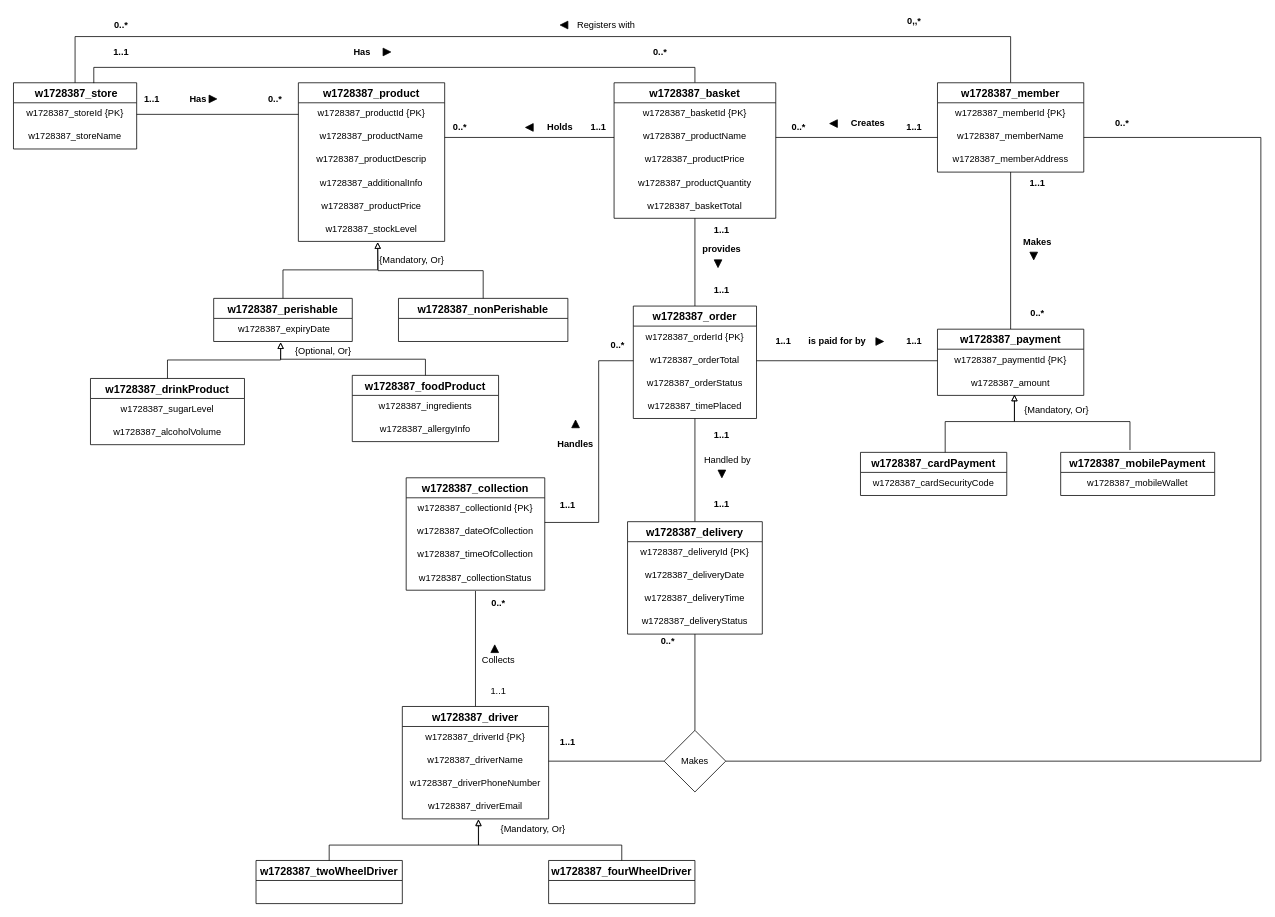
rezaul-khan/foodtooyoo-db keeps this draw.io diagram as page "Page-2" (1 of 2) of Untitled Diagram.drawio. Above is the earlier version. Source tidied: cells renumbered, new cells numbered last; positions are measured from the earlier drawing's top-left corner, leaving out a move shared by most shapes. Both pictures are drawn from the tidied source at 77%, with x=0, y=0 at pixel (13, 13).
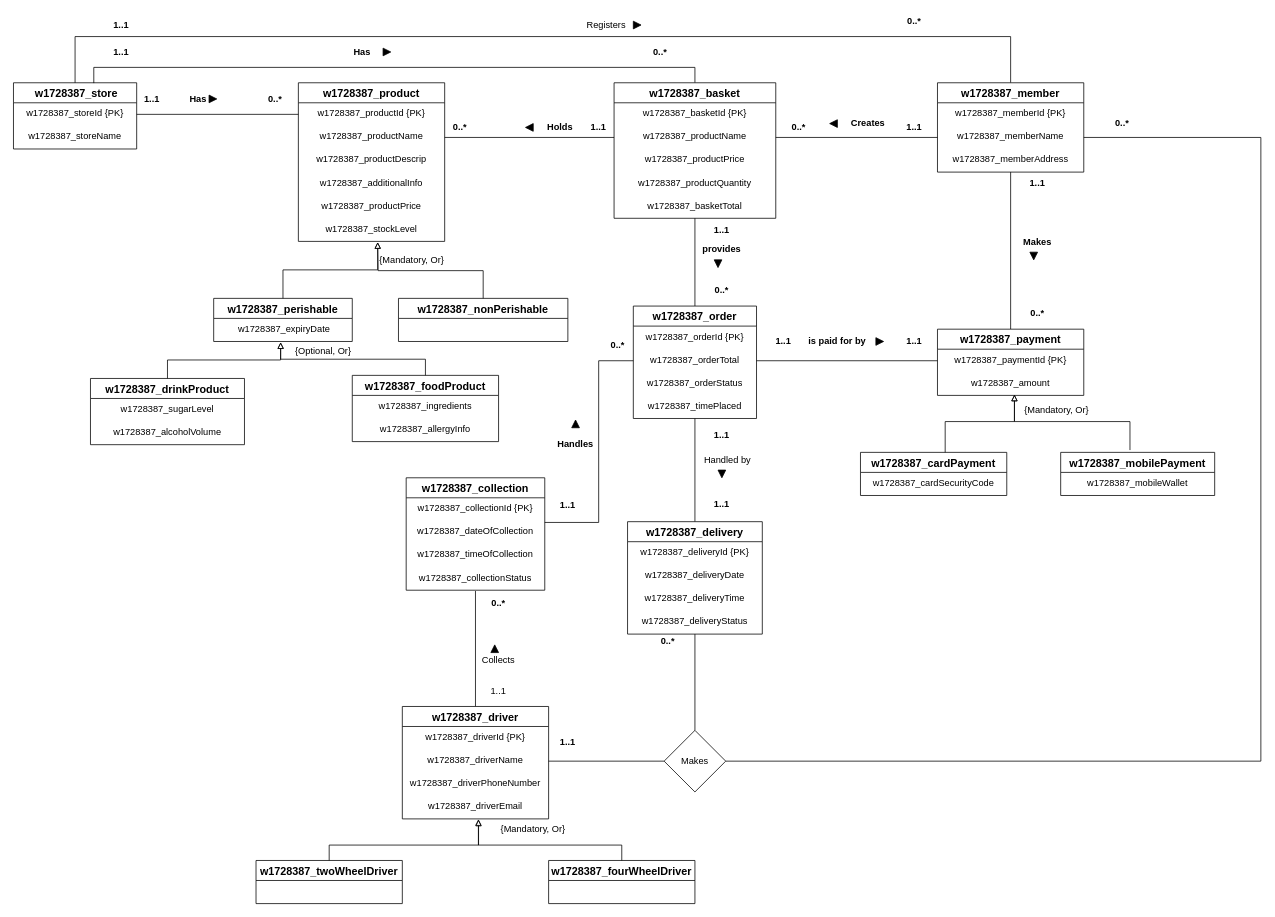
After the change.

Commit message:
changed the store member relationship of the conceptual erd

Change to the diagram source:
```diff
@@
-    <mxCell id="51" value="&lt;b&gt;1..1&lt;/b&gt;" style="text;html=1;strokeColor=none;fillColor=none;align=center;verticalAlign=middle;whiteSpace=wrap;rounded=0;" parent="1" vertex="1">
+    <mxCell id="51" value="&lt;b&gt;0..*&lt;/b&gt;" style="text;html=1;strokeColor=none;fillColor=none;align=center;verticalAlign=middle;whiteSpace=wrap;rounded=0;" parent="1" vertex="1">
       <mxGeometry x="900" y="350" width="40" height="20" as="geometry" />
     </mxCell>
@@
-    <mxCell id="102" value="&lt;b&gt;0,,*&lt;/b&gt;" style="text;html=1;strokeColor=none;fillColor=none;align=center;verticalAlign=middle;whiteSpace=wrap;rounded=0;" parent="1" vertex="1">
+    <mxCell id="102" value="&lt;b&gt;0..*&lt;/b&gt;" style="text;html=1;strokeColor=none;fillColor=none;align=center;verticalAlign=middle;whiteSpace=wrap;rounded=0;" parent="1" vertex="1">
       <mxGeometry x="1150" width="40" height="20" as="geometry" />
     </mxCell>
-    <mxCell id="103" value="&lt;b&gt;0..*&lt;/b&gt;" style="text;html=1;strokeColor=none;fillColor=none;align=center;verticalAlign=middle;whiteSpace=wrap;rounded=0;" parent="1" vertex="1">
+    <mxCell id="103" value="&lt;b&gt;1..1&lt;/b&gt;" style="text;html=1;strokeColor=none;fillColor=none;align=center;verticalAlign=middle;whiteSpace=wrap;rounded=0;" parent="1" vertex="1">
       <mxGeometry x="120" y="5" width="40" height="20" as="geometry" />
     </mxCell>
-    <mxCell id="104" value="Registers with" style="text;html=1;strokeColor=none;fillColor=none;align=center;verticalAlign=middle;whiteSpace=wrap;rounded=0;" parent="1" vertex="1">
+    <mxCell id="104" value="Registers" style="text;html=1;strokeColor=none;fillColor=none;align=center;verticalAlign=middle;whiteSpace=wrap;rounded=0;" parent="1" vertex="1">
       <mxGeometry x="720" y="5" width="100" height="20" as="geometry" />
     </mxCell>
-    <mxCell id="105" style="triangle;whiteSpace=wrap;html=1;direction=south;fillColor=#000000;rotation=90;" parent="1" vertex="1">
-      <mxGeometry x="710" y="10" width="10" height="10" as="geometry" />
-    </mxCell>
@@
+    <mxCell id="138" style="triangle;whiteSpace=wrap;html=1;direction=south;fillColor=#000000;rotation=-90;" parent="1" vertex="1">
+      <mxGeometry x="805" y="10" width="10" height="10" as="geometry" />
+    </mxCell>
```
